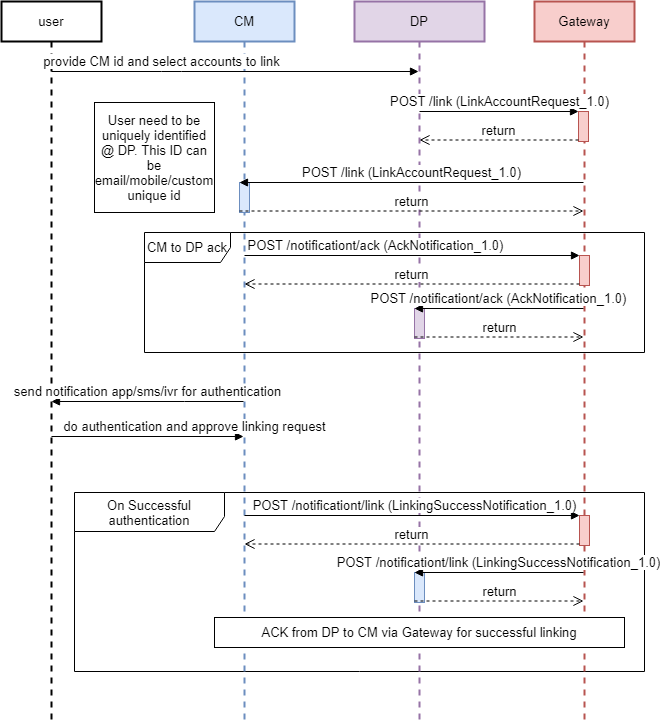
Earlier version of the draw.io export seqDiagram/accountLinking-DPSide.png (iSPIRT/DEPA). Source tidied: cells renumbered, new cells last; positions are measured from the earlier drawing's top-left corner, leaving out a move shared by most shapes.
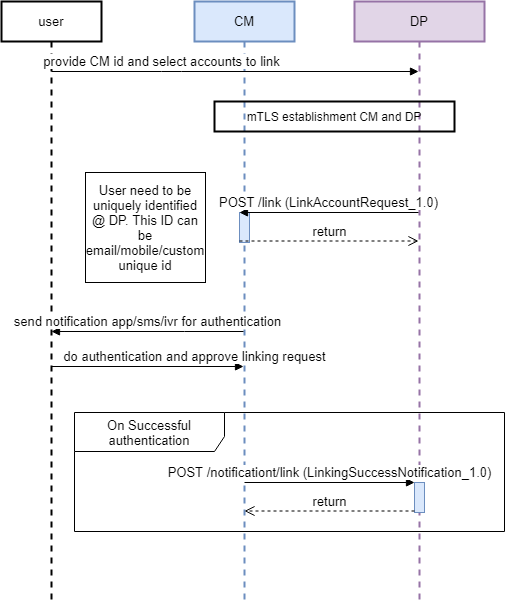
Later version of the same file.

Change to the diagram source:
```diff
@@ -3,16 +3,13 @@
     <mxCell id="0" />
     <mxCell id="1" parent="0" />
     <mxCell id="2" value="On Successful authentication" style="shape=umlFrame;whiteSpace=wrap;html=1;width=150;height=39;fontSize=13;" parent="1" vertex="1">
-      <mxGeometry x="73" y="491" width="570" height="179" as="geometry" />
+      <mxGeometry x="73" y="411" width="430" height="119" as="geometry" />
     </mxCell>
-    <mxCell id="3" value="CM to DP ack" style="shape=umlFrame;whiteSpace=wrap;html=1;width=86;height=30;fontSize=13;" parent="1" vertex="1">
-      <mxGeometry x="143" y="231" width="500" height="120" as="geometry" />
-    </mxCell>
     <mxCell id="4" value="user" style="shape=umlLifeline;perimeter=lifelinePerimeter;whiteSpace=wrap;html=1;outlineConnect=0;strokeWidth=2;fontSize=13;" parent="1" vertex="1">
-      <mxGeometry width="100" height="720" as="geometry" />
+      <mxGeometry width="100" height="600" as="geometry" />
     </mxCell>
     <mxCell id="5" value="CM" style="shape=umlLifeline;perimeter=lifelinePerimeter;whiteSpace=wrap;html=1;outlineConnect=0;fillColor=#dae8fc;strokeColor=#6c8ebf;strokeWidth=2;fontSize=13;" parent="1" vertex="1">
-      <mxGeometry x="193" width="100" height="720" as="geometry" />
+      <mxGeometry x="193" width="100" height="600" as="geometry" />
     </mxCell>
     <mxCell id="6" value="provide CM id and select accounts to link" style="html=1;verticalAlign=bottom;endArrow=block;fontSize=13;" parent="1" edge="1" source="4" target="7">
       <mxGeometry x="-0.4" relative="1" as="geometry">
@@ -22,97 +19,54 @@
       </mxGeometry>
     </mxCell>
     <mxCell id="7" value="DP" style="shape=umlLifeline;perimeter=lifelinePerimeter;whiteSpace=wrap;html=1;outlineConnect=0;fillColor=#e1d5e7;strokeColor=#9673a6;strokeWidth=2;fontSize=13;" parent="1" vertex="1">
-      <mxGeometry x="353" width="130" height="720" as="geometry" />
+      <mxGeometry x="353" width="130" height="600" as="geometry" />
     </mxCell>
-    <mxCell id="8" value="Gateway" style="shape=umlLifeline;perimeter=lifelinePerimeter;whiteSpace=wrap;html=1;outlineConnect=0;fillColor=#f8cecc;strokeColor=#b85450;strokeWidth=2;fontSize=13;" parent="1" vertex="1">
-      <mxGeometry x="533" width="100" height="720" as="geometry" />
-    </mxCell>
-    <mxCell id="9" value="send notification app/sms/ivr for authentication" style="html=1;verticalAlign=bottom;endArrow=block;rounded=0;fontSize=13;" parent="1" edge="1" source="5" target="4">
+    <mxCell id="9" value="send notification app/sms/ivr for authentication" style="html=1;verticalAlign=bottom;endArrow=block;rounded=0;fontSize=13;" parent="1" edge="1">
       <mxGeometry relative="1" as="geometry">
+        <mxPoint x="242" y="330" as="sourcePoint" />
+        <mxPoint x="50" y="330" as="targetPoint" />
         <Array as="points">
-          <mxPoint x="183" y="400" />
+          <mxPoint x="183" y="330" />
         </Array>
       </mxGeometry>
     </mxCell>
     <mxCell id="10" value="do authentication and approve linking request" style="html=1;verticalAlign=bottom;endArrow=block;rounded=0;fontSize=13;" parent="1" edge="1">
       <mxGeometry x="0.49" relative="1" as="geometry">
-        <mxPoint x="50" y="435" as="sourcePoint" />
-        <mxPoint x="242" y="435" as="targetPoint" />
+        <mxPoint x="50" y="365" as="sourcePoint" />
+        <mxPoint x="242" y="365" as="targetPoint" />
       </mxGeometry>
     </mxCell>
     <mxCell id="11" value="User need to be uniquely identified @ DP. This ID can be email/mobile/custom unique id" style="text;html=1;fillColor=none;align=center;verticalAlign=middle;whiteSpace=wrap;rounded=0;fontSize=13;strokeColor=#000000;" parent="1" vertex="1">
-      <mxGeometry x="93" y="101" width="120" height="110" as="geometry" />
+      <mxGeometry x="84" y="171" width="120" height="110" as="geometry" />
     </mxCell>
-    <mxCell id="12" style="edgeStyle=none;rounded=0;orthogonalLoop=1;jettySize=auto;html=1;exitX=0.5;exitY=1;exitDx=0;exitDy=0;fontSize=13;" parent="1" edge="1">
-      <mxGeometry relative="1" as="geometry">
-        <mxPoint x="503" y="540" as="sourcePoint" />
-        <mxPoint x="503" y="540" as="targetPoint" />
-      </mxGeometry>
-    </mxCell>
     <mxCell id="13" style="html=1;points=[];perimeter=orthogonalPerimeter;fillColor=#dae8fc;strokeColor=#6c8ebf;fontSize=13;" parent="1" vertex="1">
-      <mxGeometry x="238" y="181" width="10" height="30" as="geometry" />
+      <mxGeometry x="238" y="211" width="10" height="30" as="geometry" />
     </mxCell>
-    <mxCell id="14" style="html=1;points=[];perimeter=orthogonalPerimeter;fillColor=#f8cecc;strokeColor=#b85450;fontSize=13;" parent="1" vertex="1">
-      <mxGeometry x="577" y="110" width="10" height="30" as="geometry" />
-    </mxCell>
-    <mxCell id="15" style="html=1;points=[];perimeter=orthogonalPerimeter;fillColor=#f8cecc;strokeColor=#b85450;fontSize=13;" parent="1" vertex="1">
-      <mxGeometry x="578" y="254" width="10" height="30" as="geometry" />
-    </mxCell>
-    <mxCell id="16" style="html=1;points=[];perimeter=orthogonalPerimeter;fillColor=#e1d5e7;strokeColor=#9673a6;fontSize=13;" parent="1" vertex="1">
-      <mxGeometry x="413" y="307" width="10" height="30" as="geometry" />
-    </mxCell>
-    <mxCell id="17" value="POST /link (LinkAccountRequest_1.0)" style="html=1;verticalAlign=bottom;endArrow=block;entryX=0;entryY=0;fontSize=13;" parent="1" edge="1" source="7" target="14">
-      <mxGeometry relative="1" as="geometry" />
-    </mxCell>
-    <mxCell id="18" value="return" style="html=1;verticalAlign=bottom;endArrow=open;dashed=1;endSize=8;exitX=0;exitY=0.95;fontSize=13;" parent="1" edge="1" source="14" target="7">
-      <mxGeometry relative="1" as="geometry" />
-    </mxCell>
-    <mxCell id="19" value="POST /link (LinkAccountRequest_1.0)&lt;span style=&quot;font-size: 13px&quot;&gt;&lt;br style=&quot;font-size: 13px&quot;&gt;&lt;/span&gt;" style="html=1;verticalAlign=bottom;endArrow=block;entryX=0;entryY=0;fontSize=13;" parent="1" edge="1" source="8" target="13">
-      <mxGeometry relative="1" as="geometry" />
+    <mxCell id="19" value="POST /link (LinkAccountRequest_1.0)&lt;span style=&quot;font-size: 13px&quot;&gt;&lt;br style=&quot;font-size: 13px&quot;&gt;&lt;/span&gt;" style="html=1;verticalAlign=bottom;endArrow=block;entryX=0;entryY=0;fontSize=13;" parent="1" edge="1" target="13">
+      <mxGeometry relative="1" as="geometry">
+        <mxPoint x="417" y="211" as="sourcePoint" />
+      </mxGeometry>
     </mxCell>
-    <mxCell id="20" value="return" style="html=1;verticalAlign=bottom;endArrow=open;dashed=1;endSize=8;exitX=0;exitY=0.95;fontSize=13;" parent="1" edge="1" source="13" target="8">
-      <mxGeometry relative="1" as="geometry" />
+    <mxCell id="20" value="return" style="html=1;verticalAlign=bottom;endArrow=open;dashed=1;endSize=8;exitX=0;exitY=0.95;fontSize=13;" parent="1" edge="1" source="13">
+      <mxGeometry relative="1" as="geometry">
+        <mxPoint x="417" y="239.5" as="targetPoint" />
+      </mxGeometry>
     </mxCell>
-    <mxCell id="21" value="&lt;span style=&quot;font-size: 13px;&quot;&gt;POST /notificationt/ack (AckNotification_1.0)&lt;/span&gt;" style="html=1;verticalAlign=bottom;endArrow=block;entryX=0;entryY=0;fontSize=13;" parent="1" edge="1" target="16">
-      <mxGeometry relative="1" as="geometry">
-        <mxPoint x="582" y="307" as="sourcePoint" />
-      </mxGeometry>
-    </mxCell>
-    <mxCell id="22" value="return" style="html=1;verticalAlign=bottom;endArrow=open;dashed=1;endSize=8;exitX=0;exitY=0.95;fontSize=13;" parent="1" edge="1" source="16">
-      <mxGeometry relative="1" as="geometry">
-        <mxPoint x="582" y="335.5" as="targetPoint" />
-      </mxGeometry>
-    </mxCell>
-    <mxCell id="23" value="&lt;span style=&quot;font-size: 13px;&quot;&gt;POST /notificationt/ack (AckNotification_1.0)&lt;/span&gt;" style="html=1;verticalAlign=bottom;endArrow=block;entryX=0;entryY=0;fontSize=13;" parent="1" edge="1" source="5" target="15">
-      <mxGeometry x="-0.22" relative="1" as="geometry" />
-    </mxCell>
-    <mxCell id="24" value="return" style="html=1;verticalAlign=bottom;endArrow=open;dashed=1;endSize=8;exitX=0;exitY=0.95;fontSize=13;" parent="1" edge="1" source="15" target="5">
-      <mxGeometry relative="1" as="geometry" />
-    </mxCell>
-    <mxCell id="25" style="html=1;points=[];perimeter=orthogonalPerimeter;fillColor=#f8cecc;strokeColor=#b85450;fontSize=13;" parent="1" vertex="1">
-      <mxGeometry x="578" y="514" width="10" height="30" as="geometry" />
-    </mxCell>
     <mxCell id="26" style="html=1;points=[];perimeter=orthogonalPerimeter;fillColor=#dae8fc;strokeColor=#6c8ebf;fontSize=13;" parent="1" vertex="1">
-      <mxGeometry x="413" y="571" width="10" height="30" as="geometry" />
+      <mxGeometry x="413" y="481" width="10" height="30" as="geometry" />
     </mxCell>
     <mxCell id="27" value="&lt;span style=&quot;font-size: 13px&quot;&gt;POST /notificationt/link (LinkingSuccessNotification_1.0)&lt;/span&gt;" style="html=1;verticalAlign=bottom;endArrow=block;entryX=0;entryY=0;fontSize=13;" parent="1" edge="1" target="26">
       <mxGeometry relative="1" as="geometry">
-        <mxPoint x="582" y="571" as="sourcePoint" />
+        <mxPoint x="243" y="481" as="sourcePoint" />
       </mxGeometry>
     </mxCell>
     <mxCell id="28" value="return" style="html=1;verticalAlign=bottom;endArrow=open;dashed=1;endSize=8;exitX=0;exitY=0.95;fontSize=13;" parent="1" edge="1" source="26">
       <mxGeometry relative="1" as="geometry">
-        <mxPoint x="582" y="599.5" as="targetPoint" />
+        <mxPoint x="243" y="509.5" as="targetPoint" />
       </mxGeometry>
     </mxCell>
-    <mxCell id="29" value="&lt;span style=&quot;font-size: 13px&quot;&gt;POST /notificationt/link (LinkingSuccessNotification_1.0)&lt;/span&gt;" style="html=1;verticalAlign=bottom;endArrow=block;entryX=0;entryY=0;fontSize=13;" parent="1" edge="1" source="5" target="25">
-      <mxGeometry x="0.01" relative="1" as="geometry" />
-    </mxCell>
-    <mxCell id="30" value="return" style="html=1;verticalAlign=bottom;endArrow=open;dashed=1;endSize=8;exitX=0;exitY=0.95;fontSize=13;" parent="1" edge="1" source="25" target="5">
-      <mxGeometry relative="1" as="geometry" />
-    </mxCell>
-    <mxCell id="31" value="ACK from DP to CM via Gateway for successful linking" style="rounded=0;whiteSpace=wrap;html=1;fontSize=13;strokeColor=#000000;" parent="1" vertex="1">
-      <mxGeometry x="213" y="616" width="410" height="30" as="geometry" />
-    </mxCell>
+    <mxCell id="32" value="mTLS establishment CM and DP" style="text;html=1;fillColor=none;align=center;verticalAlign=middle;whiteSpace=wrap;rounded=0;fontSize=12;strokeWidth=2;strokeColor=#000000;" parent="1" vertex="1">
+      <mxGeometry x="213" y="100" width="240" height="30" as="geometry" />
+    </mxCell>
   </root>
 </mxGraphModel>
```
